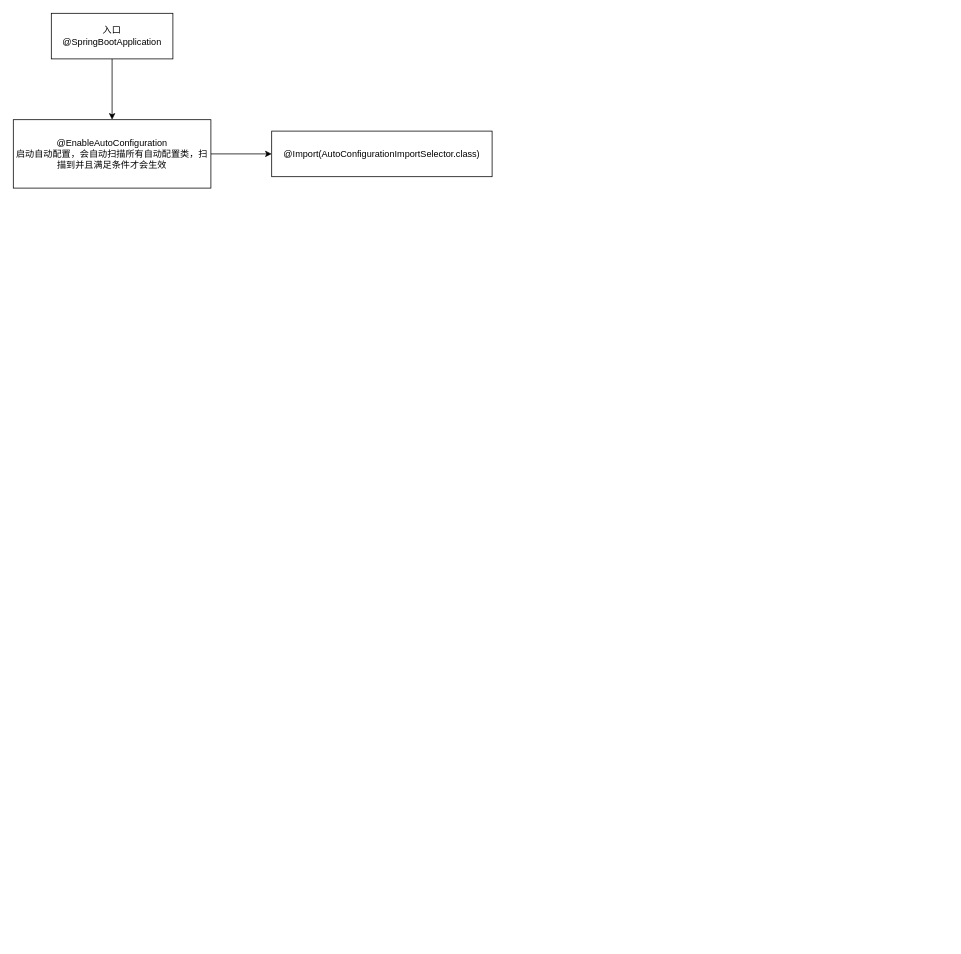
linbingxing/mind keeps this draw.io diagram as Spring Boot自动配置流程.drawio. Above is the earlier version. Source tidied: cells renumbered, new cells numbered last; positions are measured from the earlier drawing's top-left corner, leaving out a move shared by most shapes. Both pictures are drawn from the tidied source at 76%, with x=0, y=0 at pixel (13, 13).
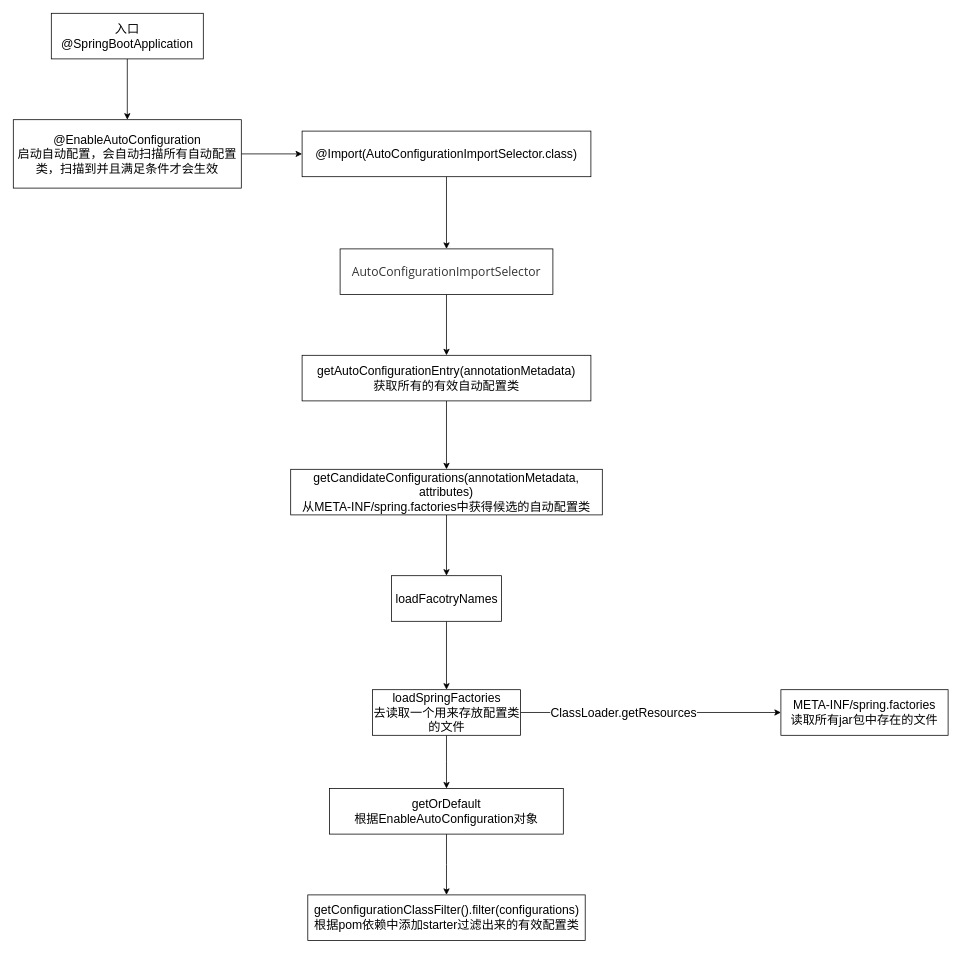
After the change.

Commit message:
更新Spring Boot自动配置流程.drawio

Change to the diagram source:
```diff
@@
-    <mxCell id="2" style="edgeStyle=orthogonalEdgeStyle;rounded=0;jettySize=auto;html=1;" parent="1" edge="1" source="3" target="5">
+    <mxCell id="2" style="edgeStyle=orthogonalEdgeStyle;rounded=0;jettySize=auto;html=1;fontSize=16;" parent="1" edge="1" source="3" target="5">
       <mxGeometry relative="1" as="geometry" />
     </mxCell>
-    <mxCell id="3" value="入口&lt;br&gt;@SpringBootApplication" style="rounded=0;whiteSpace=wrap;html=1;" parent="1" vertex="1">
-      <mxGeometry x="50" width="160" height="60" as="geometry" />
+    <mxCell id="3" value="入口&lt;br style=&quot;font-size: 16px;&quot;&gt;@SpringBootApplication" style="rounded=0;whiteSpace=wrap;html=1;fontSize=16;" parent="1" vertex="1">
+      <mxGeometry x="50" width="200" height="60" as="geometry" />
     </mxCell>
-    <mxCell id="4" style="edgeStyle=orthogonalEdgeStyle;rounded=0;jettySize=auto;html=1;" parent="1" edge="1" source="5" target="6">
+    <mxCell id="4" style="edgeStyle=orthogonalEdgeStyle;rounded=0;jettySize=auto;html=1;fontSize=16;" parent="1" edge="1" source="5" target="6">
       <mxGeometry relative="1" as="geometry" />
     </mxCell>
-    <mxCell id="5" value="@EnableAutoConfiguration&lt;br&gt;启动自动配置，会自动扫描所有自动配置类，扫描到并且满足条件才会生效" style="whiteSpace=wrap;html=1;rounded=0;" parent="1" vertex="1">
-      <mxGeometry y="140" width="260" height="90" as="geometry" />
+    <mxCell id="5" value="@EnableAutoConfiguration&lt;br style=&quot;font-size: 16px;&quot;&gt;启动自动配置，会自动扫描所有自动配置类，扫描到并且满足条件才会生效" style="whiteSpace=wrap;html=1;rounded=0;fontSize=16;" parent="1" vertex="1">
+      <mxGeometry y="140" width="300" height="90" as="geometry" />
     </mxCell>
+    <mxCell id="7" style="edgeStyle=orthogonalEdgeStyle;rounded=0;jettySize=auto;html=1;fontSize=16;" parent="1" edge="1" source="6" target="9">
+      <mxGeometry relative="1" as="geometry" />
+    </mxCell>
-    <mxCell id="6" value="@Import(AutoConfigurationImportSelector.class)" style="whiteSpace=wrap;html=1;rounded=0;" parent="1" vertex="1">
-      <mxGeometry x="340" y="155" width="290" height="60" as="geometry" />
+    <mxCell id="6" value="@Import(AutoConfigurationImportSelector.class)" style="whiteSpace=wrap;html=1;rounded=0;fontSize=16;" parent="1" vertex="1">
+      <mxGeometry x="380" y="155" width="380" height="60" as="geometry" />
     </mxCell>
+    <mxCell id="8" style="edgeStyle=orthogonalEdgeStyle;rounded=0;jettySize=auto;html=1;fontSize=16;" parent="1" edge="1" source="9" target="11">
+      <mxGeometry relative="1" as="geometry" />
+    </mxCell>
+    <mxCell id="9" value="&lt;span style=&quot;color: rgb(51, 51, 51); font-family: &amp;quot;open sans&amp;quot;, &amp;quot;clear sans&amp;quot;, &amp;quot;helvetica neue&amp;quot;, helvetica, arial, &amp;quot;segoe ui emoji&amp;quot;, sans-serif; font-size: 16px; background-color: rgb(255, 255, 255);&quot;&gt;AutoConfigurationImportSelector&lt;/span&gt;" style="whiteSpace=wrap;html=1;rounded=0;fontSize=16;" parent="1" vertex="1">
+      <mxGeometry x="430" y="310" width="280" height="60" as="geometry" />
+    </mxCell>
+    <mxCell id="10" style="edgeStyle=orthogonalEdgeStyle;rounded=0;jettySize=auto;html=1;fontSize=16;" parent="1" edge="1" source="11" target="13">
+      <mxGeometry relative="1" as="geometry" />
+    </mxCell>
+    <mxCell id="11" value="getAutoConfigurationEntry(annotationMetadata)&lt;br style=&quot;font-size: 16px;&quot;&gt;获取所有的有效自动配置类" style="whiteSpace=wrap;html=1;rounded=0;fontSize=16;" parent="1" vertex="1">
+      <mxGeometry x="380" y="450" width="380" height="60" as="geometry" />
+    </mxCell>
+    <mxCell id="12" style="edgeStyle=orthogonalEdgeStyle;rounded=0;jettySize=auto;html=1;fontSize=16;" parent="1" edge="1" source="13" target="15">
+      <mxGeometry relative="1" as="geometry" />
+    </mxCell>
+    <mxCell id="13" value="getCandidateConfigurations(annotationMetadata, attributes)&lt;br style=&quot;font-size: 16px;&quot;&gt;从META-INF/spring.factories中获得候选的自动配置类" style="whiteSpace=wrap;html=1;rounded=0;fontSize=16;" parent="1" vertex="1">
+      <mxGeometry x="365" y="600" width="410" height="60" as="geometry" />
+    </mxCell>
+    <mxCell id="14" style="edgeStyle=orthogonalEdgeStyle;rounded=0;jettySize=auto;html=1;fontSize=16;" parent="1" edge="1" source="15" target="19">
+      <mxGeometry relative="1" as="geometry" />
+    </mxCell>
+    <mxCell id="15" value="loadFacotryNames" style="whiteSpace=wrap;html=1;rounded=0;fontSize=16;" parent="1" vertex="1">
+      <mxGeometry x="497.5" y="740" width="145" height="60" as="geometry" />
+    </mxCell>
+    <mxCell id="16" style="edgeStyle=orthogonalEdgeStyle;rounded=0;jettySize=auto;html=1;fontSize=16;" parent="1" edge="1" source="19" target="20">
+      <mxGeometry relative="1" as="geometry" />
+    </mxCell>
+    <mxCell id="17" value="ClassLoader.getResources" style="edgeLabel;html=1;align=center;verticalAlign=middle;fontSize=16;" parent="16" vertex="1">
+      <mxGeometry x="-0.21" y="1" relative="1" as="geometry" />
+    </mxCell>
+    <mxCell id="18" style="edgeStyle=orthogonalEdgeStyle;rounded=0;jettySize=auto;html=1;fontSize=16;" parent="1" edge="1" source="19" target="22">
+      <mxGeometry relative="1" as="geometry" />
+    </mxCell>
+    <mxCell id="19" value="loadSpringFactories&lt;br style=&quot;font-size: 16px;&quot;&gt;去读取一个用来存放配置类的文件" style="whiteSpace=wrap;html=1;rounded=0;fontSize=16;" parent="1" vertex="1">
+      <mxGeometry x="472.5" y="890" width="195" height="60" as="geometry" />
+    </mxCell>
+    <mxCell id="20" value="META-INF/spring.factories&lt;br style=&quot;font-size: 16px;&quot;&gt;读取所有jar包中存在的文件" style="whiteSpace=wrap;html=1;rounded=0;fontSize=16;" parent="1" vertex="1">
+      <mxGeometry x="1010" y="890" width="220" height="60" as="geometry" />
+    </mxCell>
+    <mxCell id="21" style="edgeStyle=orthogonalEdgeStyle;rounded=0;jettySize=auto;html=1;fontSize=16;" parent="1" edge="1" source="22" target="23">
+      <mxGeometry relative="1" as="geometry" />
+    </mxCell>
+    <mxCell id="22" value="getOrDefault&lt;br style=&quot;font-size: 16px;&quot;&gt;根据EnableAutoConfiguration对象" style="whiteSpace=wrap;html=1;rounded=0;fontSize=16;" parent="1" vertex="1">
+      <mxGeometry x="416.2" y="1020" width="307.5" height="60" as="geometry" />
+    </mxCell>
+    <mxCell id="23" value="getConfigurationClassFilter().filter(configurations)&lt;br style=&quot;font-size: 16px;&quot;&gt;根据pom依赖中添加starter过滤出来的有效配置类" style="whiteSpace=wrap;html=1;rounded=0;fontSize=16;" parent="1" vertex="1">
+      <mxGeometry x="387.5" y="1160" width="365" height="60" as="geometry" />
+    </mxCell>
```
